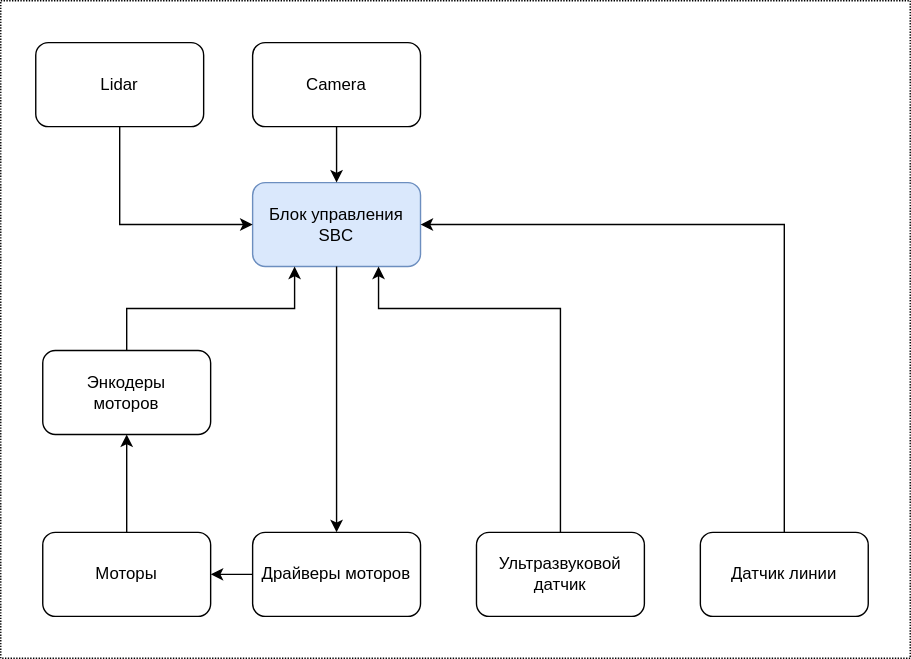
Before: docs/1. Компонентная архитектура/media/centralized_control.svg, a diagram exported from draw.io (makarov-na/turtle-bot). Source tidied: cells renumbered, new cells last; positions are measured from the earlier drawing's top-left corner, leaving out a move shared by most shapes. Its diagram source:
```xml
<mxGraphModel>
  <root>
    <mxCell id="0" />
    <mxCell id="1" parent="0" />
    <mxCell id="2" style="rounded=0;whiteSpace=wrap;html=1;dashed=1;dashPattern=1 1;" parent="1" vertex="1">
      <mxGeometry width="650" height="470" as="geometry" />
    </mxCell>
    <mxCell id="3" value="Блок управления&lt;br&gt;SBC" style="rounded=1;whiteSpace=wrap;html=1;fillColor=#dae8fc;strokeColor=#6c8ebf;" parent="1" vertex="1">
      <mxGeometry x="180" y="130" width="120" height="60" as="geometry" />
    </mxCell>
    <mxCell id="4" style="edgeStyle=orthogonalEdgeStyle;rounded=0;jettySize=auto;html=1;exitX=0.5;exitY=1;exitDx=0;exitDy=0;entryX=0;entryY=0.5;entryDx=0;entryDy=0;" parent="1" edge="1" source="5" target="3">
      <mxGeometry relative="1" as="geometry" />
    </mxCell>
    <mxCell id="5" value="Lidar" style="rounded=1;whiteSpace=wrap;html=1;" parent="1" vertex="1">
      <mxGeometry x="25" y="30" width="120" height="60" as="geometry" />
    </mxCell>
    <mxCell id="6" style="edgeStyle=orthogonalEdgeStyle;rounded=0;jettySize=auto;html=1;exitX=0.5;exitY=1;exitDx=0;exitDy=0;entryX=0.5;entryY=0;entryDx=0;entryDy=0;" parent="1" edge="1" source="7" target="3">
      <mxGeometry relative="1" as="geometry" />
    </mxCell>
    <mxCell id="7" value="Camera" style="rounded=1;whiteSpace=wrap;html=1;" parent="1" vertex="1">
      <mxGeometry x="180" y="30" width="120" height="60" as="geometry" />
    </mxCell>
    <mxCell id="8" style="edgeStyle=orthogonalEdgeStyle;rounded=0;jettySize=auto;html=1;" parent="1" edge="1" source="9" target="15">
      <mxGeometry relative="1" as="geometry" />
    </mxCell>
    <mxCell id="9" value="Моторы" style="rounded=1;whiteSpace=wrap;html=1;" parent="1" vertex="1">
      <mxGeometry x="30" y="380" width="120" height="60" as="geometry" />
    </mxCell>
    <mxCell id="10" style="edgeStyle=orthogonalEdgeStyle;rounded=0;jettySize=auto;html=1;entryX=1;entryY=0.5;entryDx=0;entryDy=0;exitX=0.5;exitY=0;exitDx=0;exitDy=0;" parent="1" edge="1" source="11" target="3">
      <mxGeometry relative="1" as="geometry" />
    </mxCell>
    <mxCell id="11" value="Датчик линии" style="rounded=1;whiteSpace=wrap;html=1;" parent="1" vertex="1">
      <mxGeometry x="500" y="380" width="120" height="60" as="geometry" />
    </mxCell>
    <mxCell id="12" style="edgeStyle=orthogonalEdgeStyle;rounded=0;jettySize=auto;html=1;entryX=0.75;entryY=1;entryDx=0;entryDy=0;exitX=0.5;exitY=0;exitDx=0;exitDy=0;" parent="1" edge="1" source="13" target="3">
      <mxGeometry relative="1" as="geometry">
        <Array as="points">
          <mxPoint x="400" y="220" />
          <mxPoint x="270" y="220" />
        </Array>
      </mxGeometry>
    </mxCell>
    <mxCell id="13" value="Ультразвуковой датчик" style="rounded=1;whiteSpace=wrap;html=1;" parent="1" vertex="1">
      <mxGeometry x="340" y="380" width="120" height="60" as="geometry" />
    </mxCell>
    <mxCell id="14" style="edgeStyle=orthogonalEdgeStyle;rounded=0;jettySize=auto;html=1;exitX=0.5;exitY=0;exitDx=0;exitDy=0;entryX=0.25;entryY=1;entryDx=0;entryDy=0;" parent="1" edge="1" source="15" target="3">
      <mxGeometry relative="1" as="geometry" />
    </mxCell>
    <mxCell id="15" value="Энкодеры &lt;br&gt;моторов" style="rounded=1;whiteSpace=wrap;html=1;" parent="1" vertex="1">
      <mxGeometry x="30" y="250" width="120" height="60" as="geometry" />
    </mxCell>
    <mxCell id="16" value="Драйверы моторов" style="rounded=1;whiteSpace=wrap;html=1;" parent="1" vertex="1">
      <mxGeometry x="180" y="380" width="120" height="60" as="geometry" />
    </mxCell>
    <mxCell id="17" style="endArrow=none;html=1;rounded=0;exitX=0.5;exitY=0;exitDx=0;exitDy=0;startArrow=classic;startFill=1;endFill=0;" parent="1" edge="1" source="16" target="3">
      <mxGeometry relative="1" as="geometry">
        <Array as="points">
          <mxPoint x="240" y="360" />
        </Array>
      </mxGeometry>
    </mxCell>
    <mxCell id="18" style="endArrow=classic;html=1;rounded=0;exitX=0;exitY=0.5;exitDx=0;exitDy=0;entryX=1;entryY=0.5;entryDx=0;entryDy=0;" parent="1" edge="1" source="16" target="9">
      <mxGeometry relative="1" as="geometry" />
    </mxCell>
  </root>
</mxGraphModel>
```
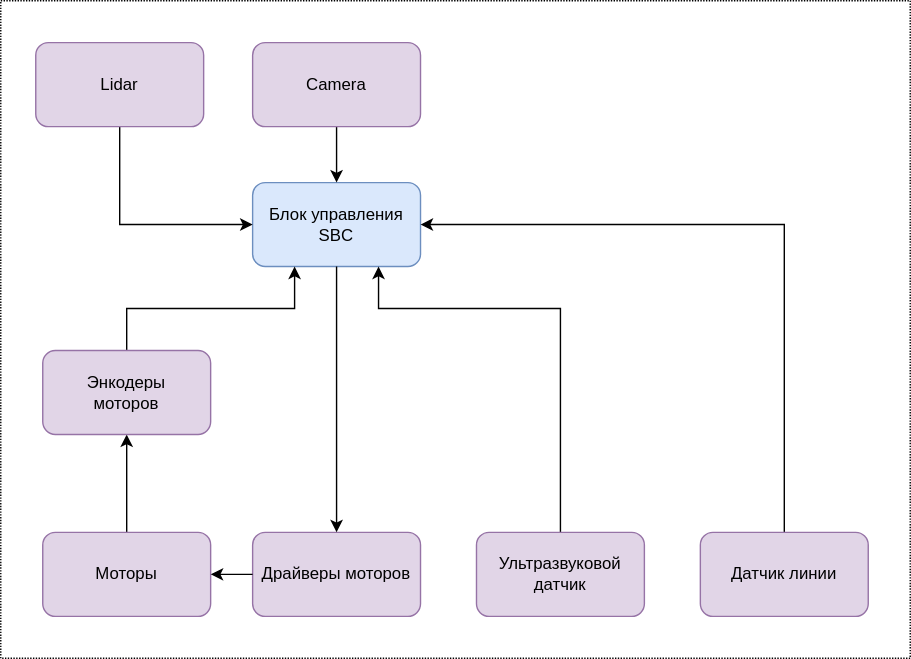
Above is the later version.

Change to the diagram source:
```diff
@@ -11,25 +11,25 @@
     <mxCell id="4" style="edgeStyle=orthogonalEdgeStyle;rounded=0;jettySize=auto;html=1;exitX=0.5;exitY=1;exitDx=0;exitDy=0;entryX=0;entryY=0.5;entryDx=0;entryDy=0;" parent="1" edge="1" source="5" target="3">
       <mxGeometry relative="1" as="geometry" />
     </mxCell>
-    <mxCell id="5" value="Lidar" style="rounded=1;whiteSpace=wrap;html=1;" parent="1" vertex="1">
+    <mxCell id="5" value="Lidar" style="rounded=1;whiteSpace=wrap;html=1;fillColor=#e1d5e7;strokeColor=#9673a6;" parent="1" vertex="1">
       <mxGeometry x="25" y="30" width="120" height="60" as="geometry" />
     </mxCell>
     <mxCell id="6" style="edgeStyle=orthogonalEdgeStyle;rounded=0;jettySize=auto;html=1;exitX=0.5;exitY=1;exitDx=0;exitDy=0;entryX=0.5;entryY=0;entryDx=0;entryDy=0;" parent="1" edge="1" source="7" target="3">
       <mxGeometry relative="1" as="geometry" />
     </mxCell>
-    <mxCell id="7" value="Camera" style="rounded=1;whiteSpace=wrap;html=1;" parent="1" vertex="1">
+    <mxCell id="7" value="Camera" style="rounded=1;whiteSpace=wrap;html=1;fillColor=#e1d5e7;strokeColor=#9673a6;" parent="1" vertex="1">
       <mxGeometry x="180" y="30" width="120" height="60" as="geometry" />
     </mxCell>
     <mxCell id="8" style="edgeStyle=orthogonalEdgeStyle;rounded=0;jettySize=auto;html=1;" parent="1" edge="1" source="9" target="15">
       <mxGeometry relative="1" as="geometry" />
     </mxCell>
-    <mxCell id="9" value="Моторы" style="rounded=1;whiteSpace=wrap;html=1;" parent="1" vertex="1">
+    <mxCell id="9" value="Моторы" style="rounded=1;whiteSpace=wrap;html=1;fillColor=#e1d5e7;strokeColor=#9673a6;" parent="1" vertex="1">
       <mxGeometry x="30" y="380" width="120" height="60" as="geometry" />
     </mxCell>
     <mxCell id="10" style="edgeStyle=orthogonalEdgeStyle;rounded=0;jettySize=auto;html=1;entryX=1;entryY=0.5;entryDx=0;entryDy=0;exitX=0.5;exitY=0;exitDx=0;exitDy=0;" parent="1" edge="1" source="11" target="3">
       <mxGeometry relative="1" as="geometry" />
     </mxCell>
-    <mxCell id="11" value="Датчик линии" style="rounded=1;whiteSpace=wrap;html=1;" parent="1" vertex="1">
+    <mxCell id="11" value="Датчик линии" style="rounded=1;whiteSpace=wrap;html=1;fillColor=#e1d5e7;strokeColor=#9673a6;" parent="1" vertex="1">
       <mxGeometry x="500" y="380" width="120" height="60" as="geometry" />
     </mxCell>
     <mxCell id="12" style="edgeStyle=orthogonalEdgeStyle;rounded=0;jettySize=auto;html=1;entryX=0.75;entryY=1;entryDx=0;entryDy=0;exitX=0.5;exitY=0;exitDx=0;exitDy=0;" parent="1" edge="1" source="13" target="3">
@@ -40,16 +40,16 @@
         </Array>
       </mxGeometry>
     </mxCell>
-    <mxCell id="13" value="Ультразвуковой датчик" style="rounded=1;whiteSpace=wrap;html=1;" parent="1" vertex="1">
+    <mxCell id="13" value="Ультразвуковой датчик" style="rounded=1;whiteSpace=wrap;html=1;fillColor=#e1d5e7;strokeColor=#9673a6;" parent="1" vertex="1">
       <mxGeometry x="340" y="380" width="120" height="60" as="geometry" />
     </mxCell>
     <mxCell id="14" style="edgeStyle=orthogonalEdgeStyle;rounded=0;jettySize=auto;html=1;exitX=0.5;exitY=0;exitDx=0;exitDy=0;entryX=0.25;entryY=1;entryDx=0;entryDy=0;" parent="1" edge="1" source="15" target="3">
       <mxGeometry relative="1" as="geometry" />
     </mxCell>
-    <mxCell id="15" value="Энкодеры &lt;br&gt;моторов" style="rounded=1;whiteSpace=wrap;html=1;" parent="1" vertex="1">
+    <mxCell id="15" value="Энкодеры &lt;br&gt;моторов" style="rounded=1;whiteSpace=wrap;html=1;fillColor=#e1d5e7;strokeColor=#9673a6;" parent="1" vertex="1">
       <mxGeometry x="30" y="250" width="120" height="60" as="geometry" />
     </mxCell>
-    <mxCell id="16" value="Драйверы моторов" style="rounded=1;whiteSpace=wrap;html=1;" parent="1" vertex="1">
+    <mxCell id="16" value="Драйверы моторов" style="rounded=1;whiteSpace=wrap;html=1;fillColor=#e1d5e7;strokeColor=#9673a6;" parent="1" vertex="1">
       <mxGeometry x="180" y="380" width="120" height="60" as="geometry" />
     </mxCell>
     <mxCell id="17" style="endArrow=none;html=1;rounded=0;exitX=0.5;exitY=0;exitDx=0;exitDy=0;startArrow=classic;startFill=1;endFill=0;" parent="1" edge="1" source="16" target="3">
```
